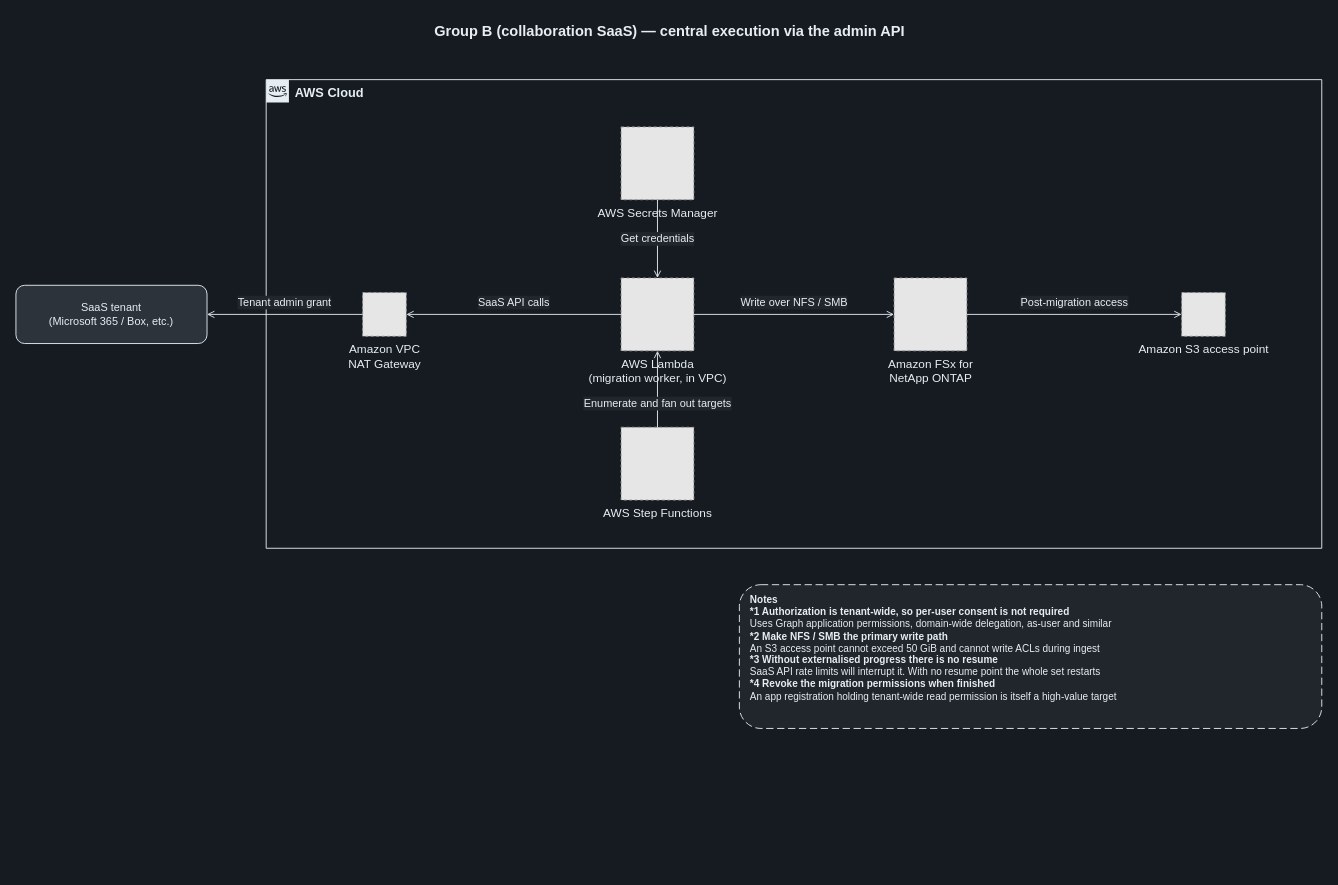
Earlier version of the draw.io diagram docs/diagrams/dark/saas-migration-group-b-worker-en.drawio (Yoshiki0705/FSx-for-ONTAP-S3AccessPoints-Serverless-Patterns). Source tidied: cells renumbered, new cells numbered last; positions are measured from the earlier drawing's top-left corner, leaving out a move shared by most shapes. Both pictures are drawn from the tidied source at 91%, with x=0, y=0 at pixel (15, 15). Pictures stored in the file or linked from it are replaced by grey dashed boxes.
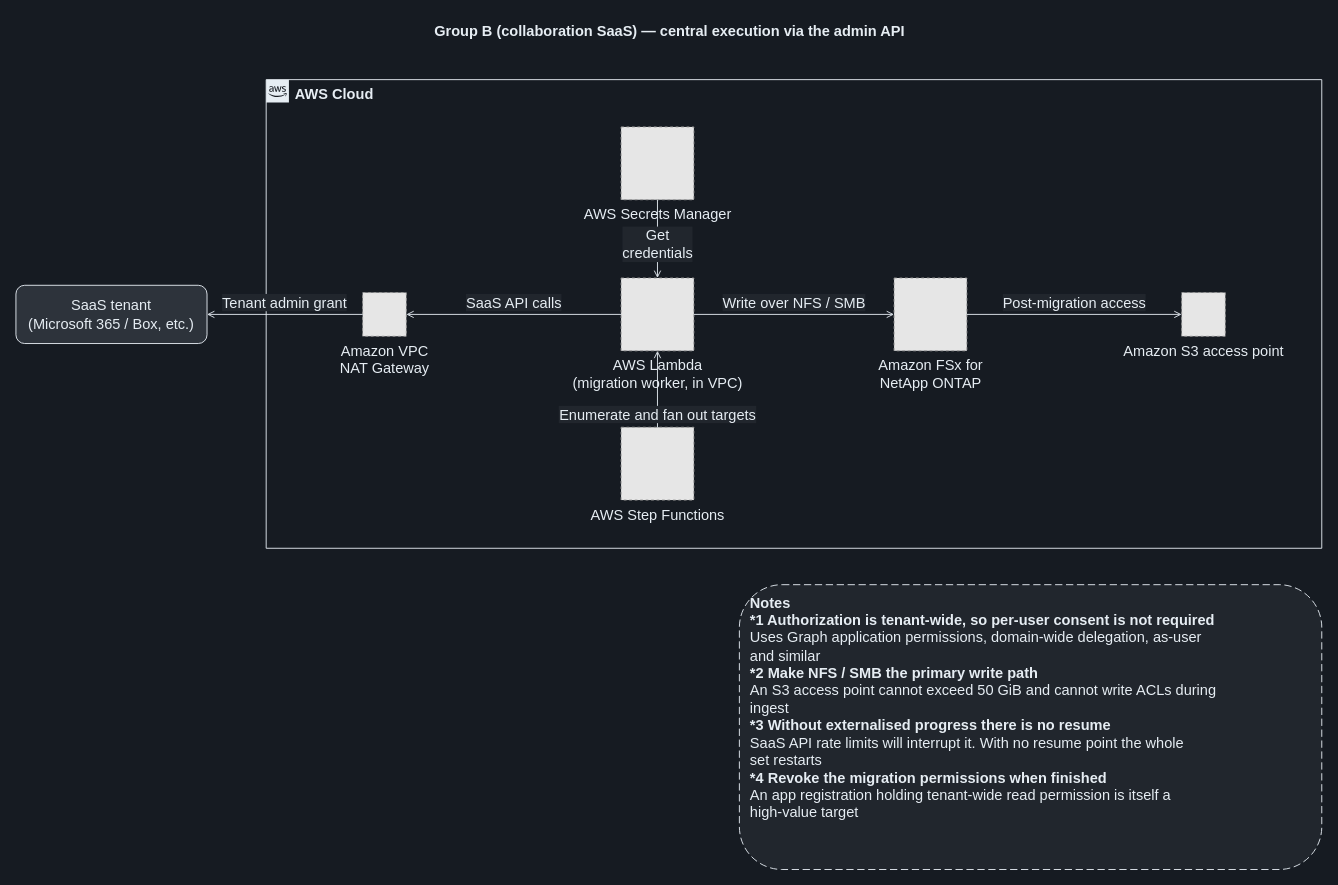
The same diagram, later.

What changed in the source:
```diff
@@
-    <mxCell id="3" value="AWS Cloud" style="gradientColor=none;html=1;whiteSpace=wrap;fontSize=14;fontStyle=1;shape=mxgraph.aws4.group;grIcon=mxgraph.aws4.group_aws_cloud_alt;strokeColor=#E6EDF3;fillColor=none;verticalAlign=top;align=left;spacingLeft=30;fontColor=#E6EDF3;dashed=0;" parent="1" vertex="1">
+    <mxCell id="3" value="AWS Cloud" style="gradientColor=none;html=1;whiteSpace=wrap;fontSize=16;fontStyle=1;shape=mxgraph.aws4.group;grIcon=mxgraph.aws4.group_aws_cloud_alt;strokeColor=#E6EDF3;fillColor=none;verticalAlign=top;align=left;spacingLeft=30;fontColor=#E6EDF3;dashed=0;" parent="1" vertex="1">
       <mxGeometry x="275" y="70" width="1160" height="515" as="geometry" />
     </mxCell>
-    <mxCell id="4" value="SaaS tenant&lt;br&gt;(Microsoft 365 / Box, etc.)" style="rounded=1;whiteSpace=wrap;html=1;dashed=0;strokeColor=#E6EDF3;fillColor=#2D333B;align=center;verticalAlign=middle;fontSize=12;fontColor=#E6EDF3;" parent="1" vertex="1">
+    <mxCell id="4" value="SaaS tenant&lt;br&gt;(Microsoft 365 / Box, etc.)" style="rounded=1;whiteSpace=wrap;html=1;dashed=0;strokeColor=#E6EDF3;fillColor=#2D333B;align=center;verticalAlign=middle;fontSize=16;fontColor=#E6EDF3;" parent="1" vertex="1">
       <mxGeometry y="296" width="210" height="64" as="geometry" />
     </mxCell>
-    <mxCell id="5" value="Amazon VPC&lt;br&gt;NAT Gateway" style="fillColor=#E6E6E6;strokeColor=#999999;dashed=1;html=1;verticalLabelPosition=bottom;verticalAlign=top;labelPosition=center;align=center;fontSize=13;fontColor=#E6EDF3;" parent="1" vertex="1">
+    <mxCell id="5" value="Amazon VPC&lt;br&gt;NAT Gateway" style="fillColor=#E6E6E6;strokeColor=#999999;dashed=1;html=1;verticalLabelPosition=bottom;verticalAlign=top;labelPosition=center;align=center;fontSize=16;fontColor=#E6EDF3;" parent="1" vertex="1">
       <mxGeometry x="381" y="304" width="48" height="48" as="geometry" />
     </mxCell>
-    <mxCell id="6" value="AWS Secrets Manager" style="fillColor=#E6E6E6;strokeColor=#999999;dashed=1;html=1;verticalLabelPosition=bottom;verticalAlign=top;labelPosition=center;align=center;fontSize=13;fontColor=#E6EDF3;" parent="1" vertex="1">
+    <mxCell id="6" value="AWS Secrets Manager" style="fillColor=#E6E6E6;strokeColor=#999999;dashed=1;html=1;verticalLabelPosition=bottom;verticalAlign=top;labelPosition=center;align=center;fontSize=16;fontColor=#E6EDF3;" parent="1" vertex="1">
       <mxGeometry x="665" y="122" width="80" height="80" as="geometry" />
     </mxCell>
-    <mxCell id="7" value="AWS Lambda&lt;br&gt;(migration worker, in VPC)" style="fillColor=#E6E6E6;strokeColor=#999999;dashed=1;html=1;verticalLabelPosition=bottom;verticalAlign=top;labelPosition=center;align=center;fontSize=13;fontColor=#E6EDF3;" parent="1" vertex="1">
+    <mxCell id="7" value="AWS Lambda&lt;br&gt;(migration worker, in VPC)" style="fillColor=#E6E6E6;strokeColor=#999999;dashed=1;html=1;verticalLabelPosition=bottom;verticalAlign=top;labelPosition=center;align=center;fontSize=16;fontColor=#E6EDF3;" parent="1" vertex="1">
       <mxGeometry x="665" y="288" width="80" height="80" as="geometry" />
     </mxCell>
-    <mxCell id="8" value="AWS Step Functions" style="fillColor=#E6E6E6;strokeColor=#999999;dashed=1;html=1;verticalLabelPosition=bottom;verticalAlign=top;labelPosition=center;align=center;fontSize=13;fontColor=#E6EDF3;" parent="1" vertex="1">
+    <mxCell id="8" value="AWS Step Functions" style="fillColor=#E6E6E6;strokeColor=#999999;dashed=1;html=1;verticalLabelPosition=bottom;verticalAlign=top;labelPosition=center;align=center;fontSize=16;fontColor=#E6EDF3;" parent="1" vertex="1">
       <mxGeometry x="665" y="452" width="80" height="80" as="geometry" />
     </mxCell>
-    <mxCell id="9" value="Amazon FSx for&lt;br&gt;NetApp ONTAP" style="fillColor=#E6E6E6;strokeColor=#999999;dashed=1;html=1;verticalLabelPosition=bottom;verticalAlign=top;labelPosition=center;align=center;fontSize=13;fontColor=#E6EDF3;" parent="1" vertex="1">
+    <mxCell id="9" value="Amazon FSx for&lt;br&gt;NetApp ONTAP" style="fillColor=#E6E6E6;strokeColor=#999999;dashed=1;html=1;verticalLabelPosition=bottom;verticalAlign=top;labelPosition=center;align=center;fontSize=16;fontColor=#E6EDF3;" parent="1" vertex="1">
       <mxGeometry x="965" y="288" width="80" height="80" as="geometry" />
     </mxCell>
-    <mxCell id="10" value="Amazon S3 access point" style="fillColor=#E6E6E6;strokeColor=#999999;dashed=1;html=1;verticalLabelPosition=bottom;verticalAlign=top;labelPosition=center;align=center;fontSize=13;fontColor=#E6EDF3;" parent="1" vertex="1">
+    <mxCell id="10" value="Amazon S3 access point" style="fillColor=#E6E6E6;strokeColor=#999999;dashed=1;html=1;verticalLabelPosition=bottom;verticalAlign=top;labelPosition=center;align=center;fontSize=16;fontColor=#E6EDF3;" parent="1" vertex="1">
       <mxGeometry x="1281" y="304" width="48" height="48" as="geometry" />
     </mxCell>
-    <mxCell id="11" value="SaaS API calls" style="edgeStyle=orthogonalEdgeStyle;rounded=0;jettySize=auto;html=1;endArrow=open;endFill=0;strokeColor=#E6EDF3;strokeWidth=1;fontSize=12;fontColor=#E6EDF3;labelBackgroundColor=#21262D;" parent="1" edge="1" source="7" target="5">
+    <mxCell id="11" value="SaaS API calls" style="edgeStyle=orthogonalEdgeStyle;rounded=0;jettySize=auto;html=1;endArrow=open;endFill=0;strokeColor=#E6EDF3;strokeWidth=1;fontSize=16;fontColor=#E6EDF3;labelBackgroundColor=#21262D;" parent="1" edge="1" source="7" target="5">
       <mxGeometry relative="1" as="geometry">
         <mxPoint y="-13" as="offset" />
       </mxGeometry>
     </mxCell>
-    <mxCell id="12" value="Tenant admin grant" style="edgeStyle=orthogonalEdgeStyle;rounded=0;jettySize=auto;html=1;endArrow=open;endFill=0;strokeColor=#E6EDF3;strokeWidth=1;fontSize=12;fontColor=#E6EDF3;labelBackgroundColor=#21262D;" parent="1" edge="1" source="5" target="4">
+    <mxCell id="12" value="Tenant admin grant" style="edgeStyle=orthogonalEdgeStyle;rounded=0;jettySize=auto;html=1;endArrow=open;endFill=0;strokeColor=#E6EDF3;strokeWidth=1;fontSize=16;fontColor=#E6EDF3;labelBackgroundColor=#21262D;" parent="1" edge="1" source="5" target="4">
       <mxGeometry relative="1" as="geometry">
         <mxPoint y="-13" as="offset" />
       </mxGeometry>
     </mxCell>
-    <mxCell id="13" value="Get credentials" style="edgeStyle=orthogonalEdgeStyle;rounded=0;jettySize=auto;html=1;endArrow=open;endFill=0;strokeColor=#E6EDF3;strokeWidth=1;fontSize=12;fontColor=#E6EDF3;labelBackgroundColor=#21262D;" parent="1" edge="1" source="6" target="7">
-      <mxGeometry relative="1" as="geometry" />
+    <mxCell id="13" value="Get&lt;br&gt;credentials" style="edgeStyle=orthogonalEdgeStyle;rounded=0;jettySize=auto;html=1;endArrow=open;endFill=0;strokeColor=#E6EDF3;strokeWidth=1;fontSize=16;fontColor=#E6EDF3;labelBackgroundColor=#21262D;" parent="1" edge="1" source="6" target="7">
+      <mxGeometry relative="1" as="geometry">
+        <mxPoint y="6" as="offset" />
+      </mxGeometry>
     </mxCell>
-    <mxCell id="14" value="Enumerate and fan out targets" style="edgeStyle=orthogonalEdgeStyle;rounded=0;jettySize=auto;html=1;endArrow=open;endFill=0;strokeColor=#E6EDF3;strokeWidth=1;fontSize=12;fontColor=#E6EDF3;labelBackgroundColor=#21262D;" parent="1" edge="1" source="8" target="7">
+    <mxCell id="14" value="Enumerate and fan out targets" style="edgeStyle=orthogonalEdgeStyle;rounded=0;jettySize=auto;html=1;endArrow=open;endFill=0;strokeColor=#E6EDF3;strokeWidth=1;fontSize=16;fontColor=#E6EDF3;labelBackgroundColor=#21262D;" parent="1" edge="1" source="8" target="7">
       <mxGeometry relative="1" as="geometry">
-        <mxPoint y="16" as="offset" />
+        <mxPoint y="28" as="offset" />
       </mxGeometry>
     </mxCell>
-    <mxCell id="15" value="Write over NFS / SMB" style="edgeStyle=orthogonalEdgeStyle;rounded=0;jettySize=auto;html=1;endArrow=open;endFill=0;strokeColor=#E6EDF3;strokeWidth=1;fontSize=12;fontColor=#E6EDF3;labelBackgroundColor=#21262D;" parent="1" edge="1" source="7" target="9">
+    <mxCell id="15" value="Write over NFS / SMB" style="edgeStyle=orthogonalEdgeStyle;rounded=0;jettySize=auto;html=1;endArrow=open;endFill=0;strokeColor=#E6EDF3;strokeWidth=1;fontSize=16;fontColor=#E6EDF3;labelBackgroundColor=#21262D;" parent="1" edge="1" source="7" target="9">
       <mxGeometry relative="1" as="geometry">
         <mxPoint y="-13" as="offset" />
       </mxGeometry>
     </mxCell>
-    <mxCell id="16" value="Post-migration access" style="edgeStyle=orthogonalEdgeStyle;rounded=0;jettySize=auto;html=1;endArrow=open;endFill=0;strokeColor=#E6EDF3;strokeWidth=1;fontSize=12;fontColor=#E6EDF3;labelBackgroundColor=#21262D;" parent="1" edge="1" source="9" target="10">
+    <mxCell id="16" value="Post-migration access" style="edgeStyle=orthogonalEdgeStyle;rounded=0;jettySize=auto;html=1;endArrow=open;endFill=0;strokeColor=#E6EDF3;strokeWidth=1;fontSize=16;fontColor=#E6EDF3;labelBackgroundColor=#21262D;" parent="1" edge="1" source="9" target="10">
       <mxGeometry relative="1" as="geometry">
         <mxPoint y="-13" as="offset" />
       </mxGeometry>
     </mxCell>
-    <mxCell id="17" value="&lt;b&gt;Notes&lt;/b&gt;&lt;br&gt;&lt;b&gt;*1 Authorization is tenant-wide, so per-user consent is not required&lt;/b&gt;&lt;br&gt;Uses Graph application permissions, domain-wide delegation, as-user and similar&lt;br&gt;&lt;b&gt;*2 Make NFS / SMB the primary write path&lt;/b&gt;&lt;br&gt;An S3 access point cannot exceed 50 GiB and cannot write ACLs during ingest&lt;br&gt;&lt;b&gt;*3 Without externalised progress there is no resume&lt;/b&gt;&lt;br&gt;SaaS API rate limits will interrupt it. With no resume point the whole set restarts&lt;br&gt;&lt;b&gt;*4 Revoke the migration permissions when finished&lt;/b&gt;&lt;br&gt;An app registration holding tenant-wide read permission is itself a high-value target" style="rounded=1;whiteSpace=wrap;html=1;dashed=1;dashPattern=8 4;strokeColor=#E6EDF3;fillColor=#21262D;align=left;verticalAlign=top;spacingLeft=10;spacingTop=4;fontSize=11;fontColor=#E6EDF3;" parent="1" vertex="1">
-      <mxGeometry x="795" y="625" width="640" height="158" as="geometry" />
+    <mxCell id="17" value="&lt;b&gt;Notes&lt;/b&gt;&lt;br&gt;&lt;b&gt;*1 Authorization is tenant-wide, so per-user consent is not required&lt;/b&gt;&lt;br&gt;Uses Graph application permissions, domain-wide delegation, as-user&lt;br&gt;and similar&lt;br&gt;&lt;b&gt;*2 Make NFS / SMB the primary write path&lt;/b&gt;&lt;br&gt;An S3 access point cannot exceed 50 GiB and cannot write ACLs during&lt;br&gt;ingest&lt;br&gt;&lt;b&gt;*3 Without externalised progress there is no resume&lt;/b&gt;&lt;br&gt;SaaS API rate limits will interrupt it. With no resume point the whole&lt;br&gt;set restarts&lt;br&gt;&lt;b&gt;*4 Revoke the migration permissions when finished&lt;/b&gt;&lt;br&gt;An app registration holding tenant-wide read permission is itself a&lt;br&gt;high-value target" style="rounded=1;whiteSpace=wrap;html=1;dashed=1;dashPattern=8 4;strokeColor=#E6EDF3;fillColor=#21262D;align=left;verticalAlign=top;spacingLeft=10;spacingTop=4;fontSize=16;fontColor=#E6EDF3;" parent="1" vertex="1">
+      <mxGeometry x="795" y="625" width="640" height="313" as="geometry" />
     </mxCell>
```
